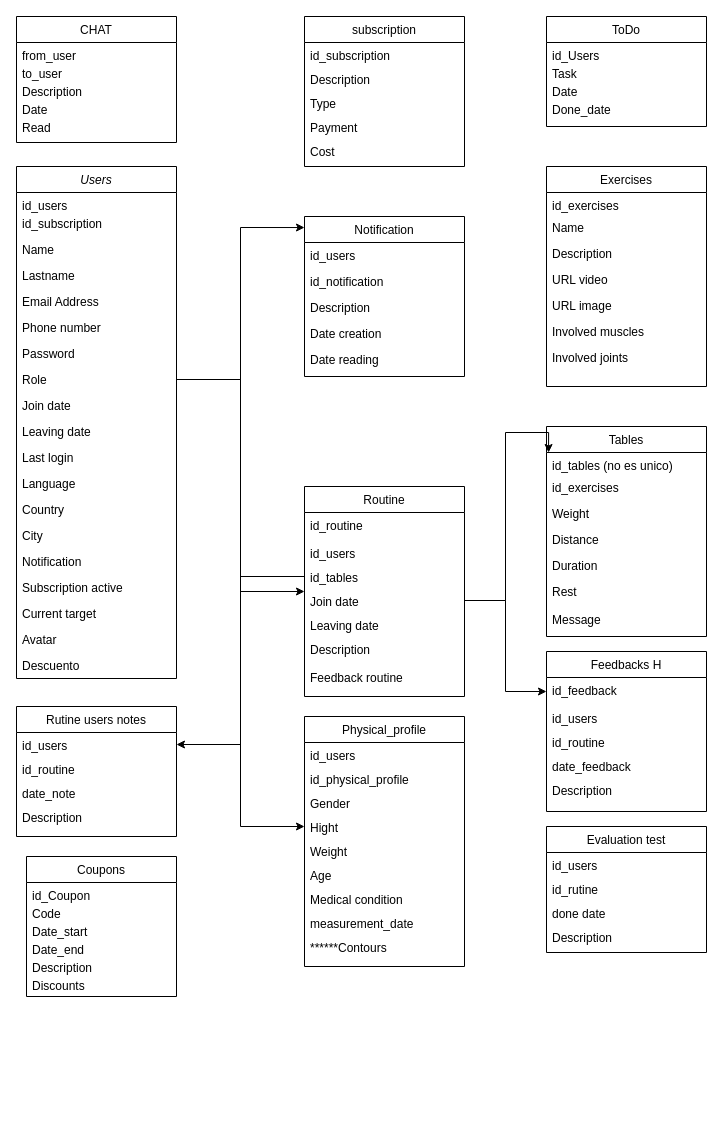
This is MarkFit-BD.drawio from xswt/MarcFitT, a draw.io file, before an edit. Source tidied: cells renumbered, new cells numbered last; positions are measured from the earlier drawing's top-left corner, leaving out a move shared by most shapes. Both pictures are drawn from the tidied source at 100%, with x=0, y=0 at pixel (16, 16).
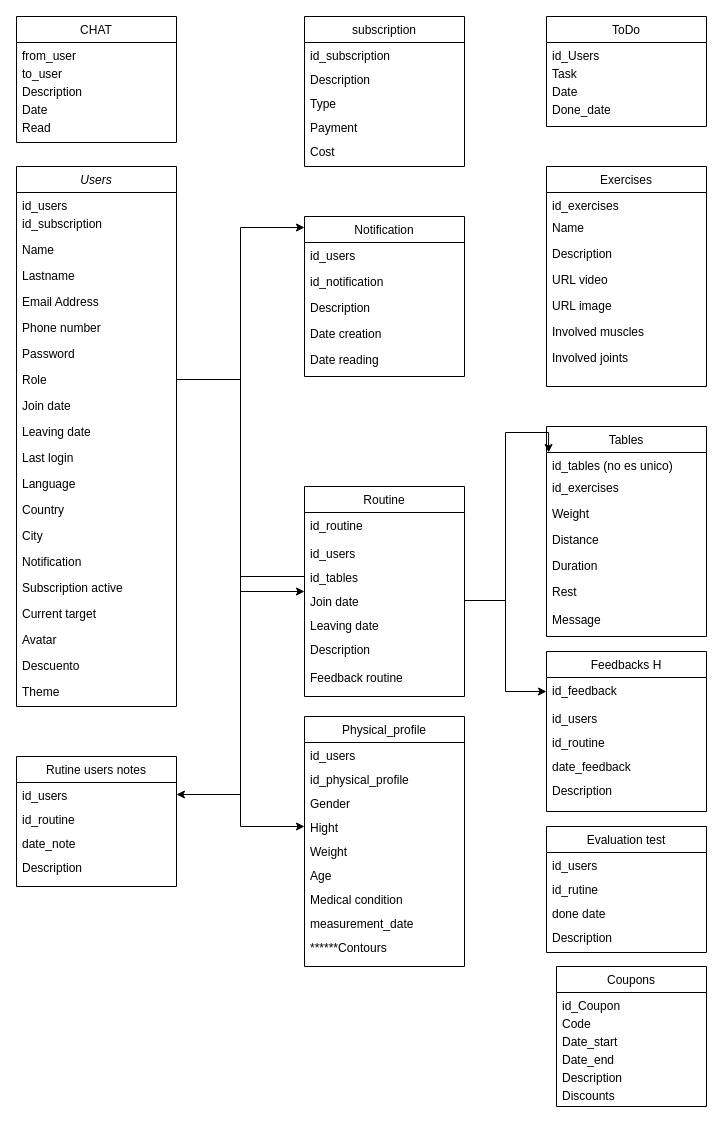
Above is the later version.

The edit, as a diff of the source:
```diff
@@
     <mxCell id="2" value="Users" style="swimlane;fontStyle=2;align=center;verticalAlign=top;horizontal=1;startSize=26;rounded=0;shadow=0;strokeWidth=1;" parent="1" vertex="1">
-      <mxGeometry y="150" width="160" height="512" as="geometry" />
+      <mxGeometry y="150" width="160" height="540" as="geometry" />
     </mxCell>
@@
+    <mxCell id="108" value="Theme" style="text;align=left;verticalAlign=top;spacingLeft=4;spacingRight=4;overflow=hidden;" parent="2" vertex="1">
+      <mxGeometry y="512" width="160" height="26" as="geometry" />
+    </mxCell>
@@
     <mxCell id="83" value="Rutine users notes" style="swimlane;fontStyle=0;align=center;verticalAlign=top;horizontal=1;startSize=26;rounded=0;shadow=0;strokeWidth=1;" parent="1" vertex="1">
-      <mxGeometry y="690" width="160" height="130" as="geometry" />
+      <mxGeometry y="740" width="160" height="130" as="geometry" />
     </mxCell>
@@
     <mxCell id="101" value="Coupons" style="swimlane;fontStyle=0;align=center;verticalAlign=top;horizontal=1;startSize=26;rounded=0;shadow=0;strokeWidth=1;" parent="1" vertex="1">
-      <mxGeometry x="10" y="840" width="150" height="140" as="geometry" />
+      <mxGeometry x="540" y="950" width="150" height="140" as="geometry" />
     </mxCell>
```
